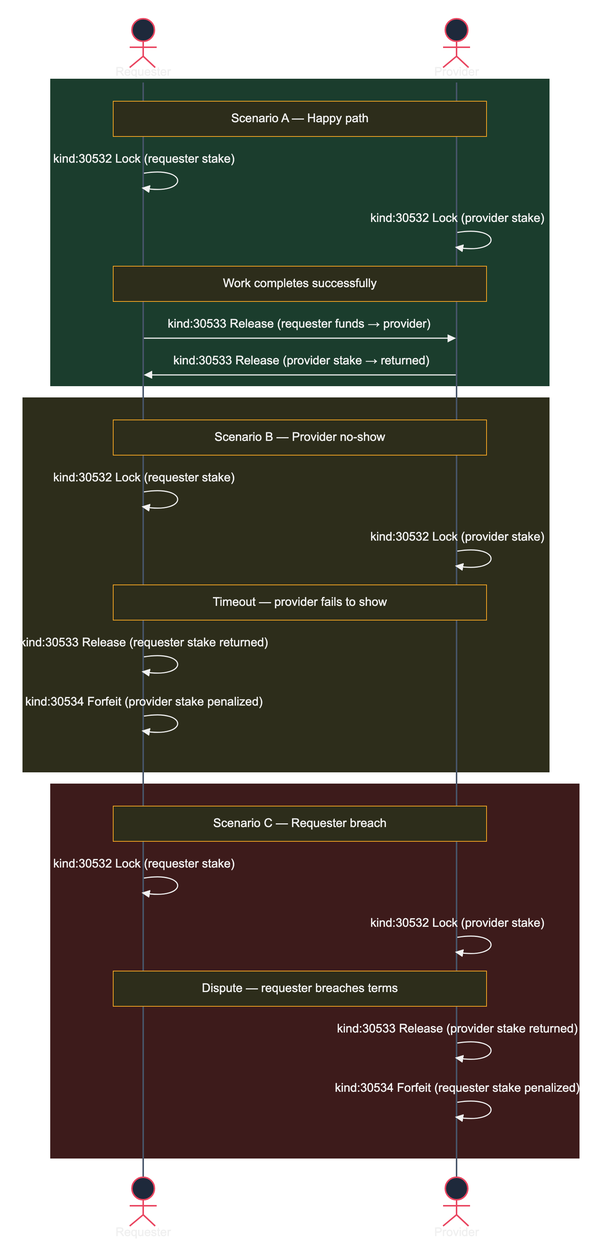
forgesworn/nip-drafts keeps this Mermaid diagram as images/escrow-6-mutual-stake.png. Above is the earlier version. Its source is kept beside it as images/escrow-6-mutual-stake.mmd.
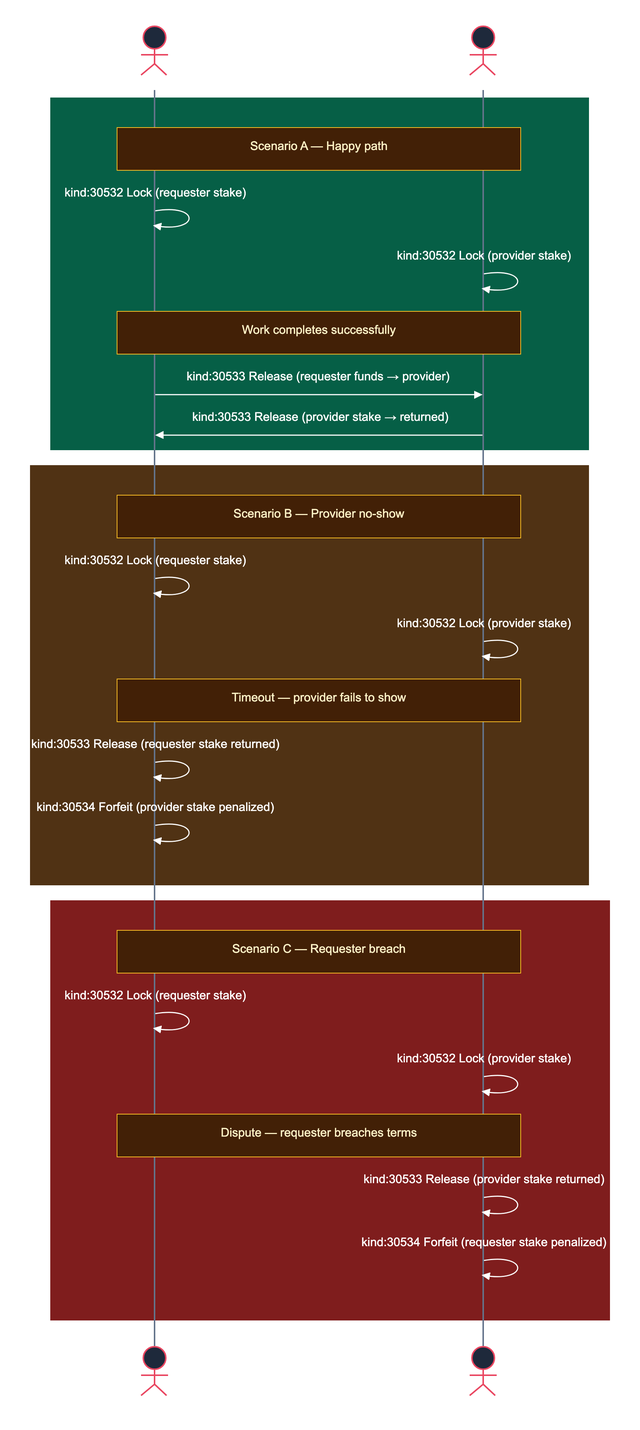
The same diagram one commit later.

The edit, as a diff of the source:
```diff
@@ -2,7 +2,7 @@
     actor R as Requester
     actor P as Provider
 
-    rect rgb(27, 61, 45)
+    rect rgb(6, 95, 70)
         Note over R,P: Scenario A — Happy path
         R->>R: kind:30532 Lock (requester stake)
         P->>P: kind:30532 Lock (provider stake)
@@ -11,7 +11,7 @@
         P->>R: kind:30533 Release (provider stake → returned)
     end
 
-    rect rgb(45, 45, 27)
+    rect rgb(80, 50, 20)
         Note over R,P: Scenario B — Provider no-show
         R->>R: kind:30532 Lock (requester stake)
         P->>P: kind:30532 Lock (provider stake)
@@ -20,7 +20,7 @@
         R->>R: kind:30534 Forfeit (provider stake penalized)
     end
 
-    rect rgb(61, 27, 27)
+    rect rgb(127, 29, 29)
         Note over R,P: Scenario C — Requester breach
         R->>R: kind:30532 Lock (requester stake)
         P->>P: kind:30532 Lock (provider stake)
```
